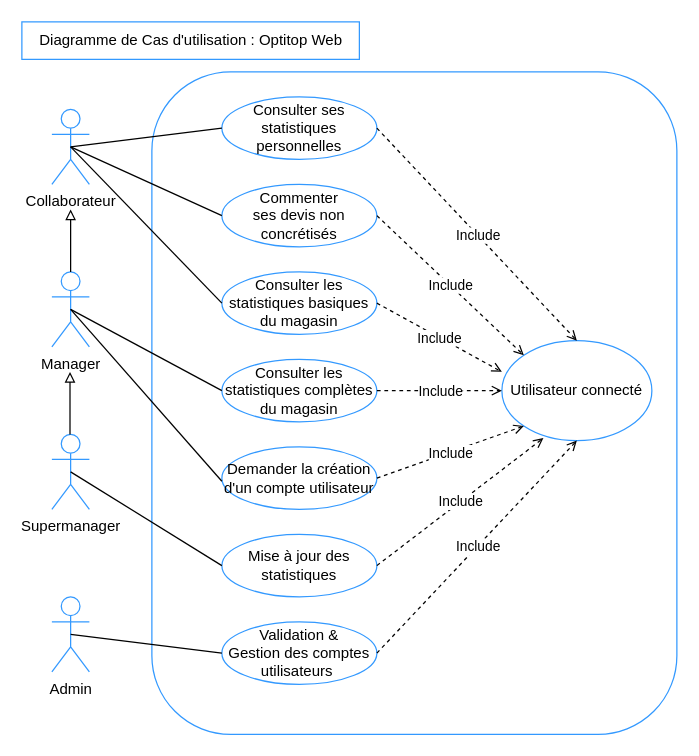
Before: Ressources/Diagrammes/Diagramme Cas d'utilisation.drawio in joyhure/Optitop_java, a draw.io diagram. Source tidied: cells renumbered, new cells numbered last; positions are measured from the earlier drawing's top-left corner, leaving out a move shared by most shapes. Both pictures are drawn from the tidied source at 125%, with x=0, y=0 at pixel (21, 21).
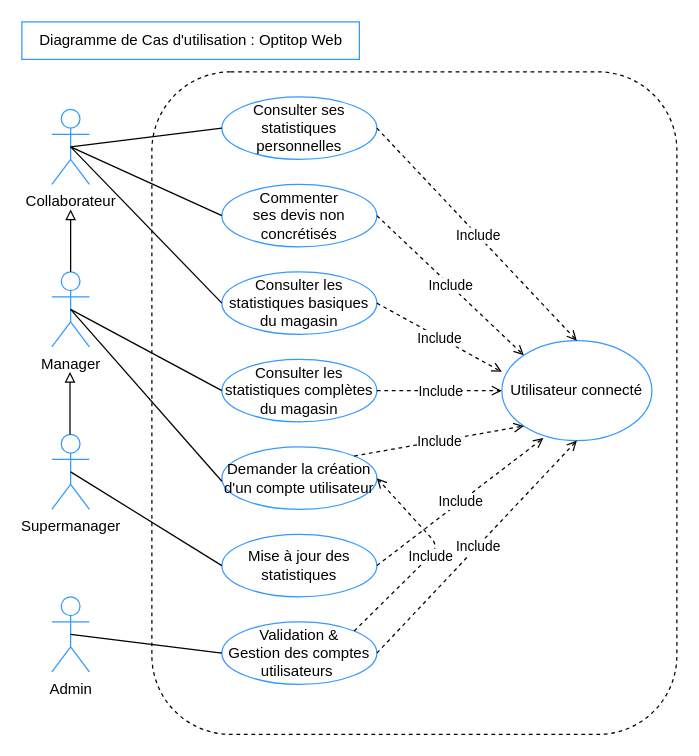
After the change.

Commit message (it also covers changes not shown here):
Suppression des diagrammes MCD et ajout de scripts SQL pour la création de tables utilisateurs, vendeurs, comptes en attente, factures et devis

Unchanged cells that the change refers to:
```xml
<mxCell id="10" value="Validation &amp;amp; &lt;br&gt;Gestion des comptes utilisateurs&amp;nbsp;" style="ellipse;whiteSpace=wrap;html=1;strokeColor=#3399FF;" parent="1" vertex="1">
  <mxGeometry x="160" y="480" width="124" height="50" as="geometry" />
</mxCell>
<mxCell id="11" value="Demander la création d'un compte utilisateur" style="ellipse;whiteSpace=wrap;html=1;strokeColor=#3399FF;" parent="1" vertex="1">
  <mxGeometry x="160" y="340" width="124" height="50" as="geometry" />
</mxCell>
<mxCell id="24" value="Utilisateur connecté" style="ellipse;whiteSpace=wrap;html=1;strokeColor=#3399FF;" parent="1" vertex="1">
  <mxGeometry x="384" y="255" width="120" height="80" as="geometry" />
</mxCell>
```

Diff of the diagram source:
```diff
@@
-    <mxCell id="7" style="rounded=1;whiteSpace=wrap;html=1;strokeColor=#3399FF;" parent="1" vertex="1">
+    <mxCell id="7" style="rounded=1;whiteSpace=wrap;html=1;strokeColor=default;labelBackgroundColor=default;endArrow=open;fontSize=11;dashed=1;endFill=0;" parent="1" vertex="1">
       <mxGeometry x="104" y="40" width="420" height="530" as="geometry" />
     </mxCell>
@@
-    <mxCell id="33" style="endArrow=open;html=1;exitX=1;exitY=0.5;exitDx=0;exitDy=0;dashed=1;endFill=0;entryX=0;entryY=1;entryDx=0;entryDy=0;" parent="1" edge="1" source="11" target="24">
+    <mxCell id="33" style="endArrow=open;html=1;exitX=1;exitY=0;exitDx=0;exitDy=0;dashed=1;endFill=0;entryX=0;entryY=1;entryDx=0;entryDy=0;" parent="1" edge="1" source="11" target="24">
       <mxGeometry relative="1" as="geometry" />
     </mxCell>
@@
+    <mxCell id="39" style="endArrow=open;html=1;exitX=1;exitY=0;exitDx=0;exitDy=0;dashed=1;endFill=0;entryX=1;entryY=0.5;entryDx=0;entryDy=0;" parent="1" edge="1" source="10" target="11">
+      <mxGeometry relative="1" as="geometry">
+        <Array as="points">
+          <mxPoint x="334" y="420" />
+        </Array>
+      </mxGeometry>
+    </mxCell>
+    <mxCell id="40" value="Include" style="edgeLabel;html=1;align=center;verticalAlign=middle;strokeColor=#3399FF;" parent="39" vertex="1">
+      <mxGeometry relative="1" as="geometry" />
+    </mxCell>
```
